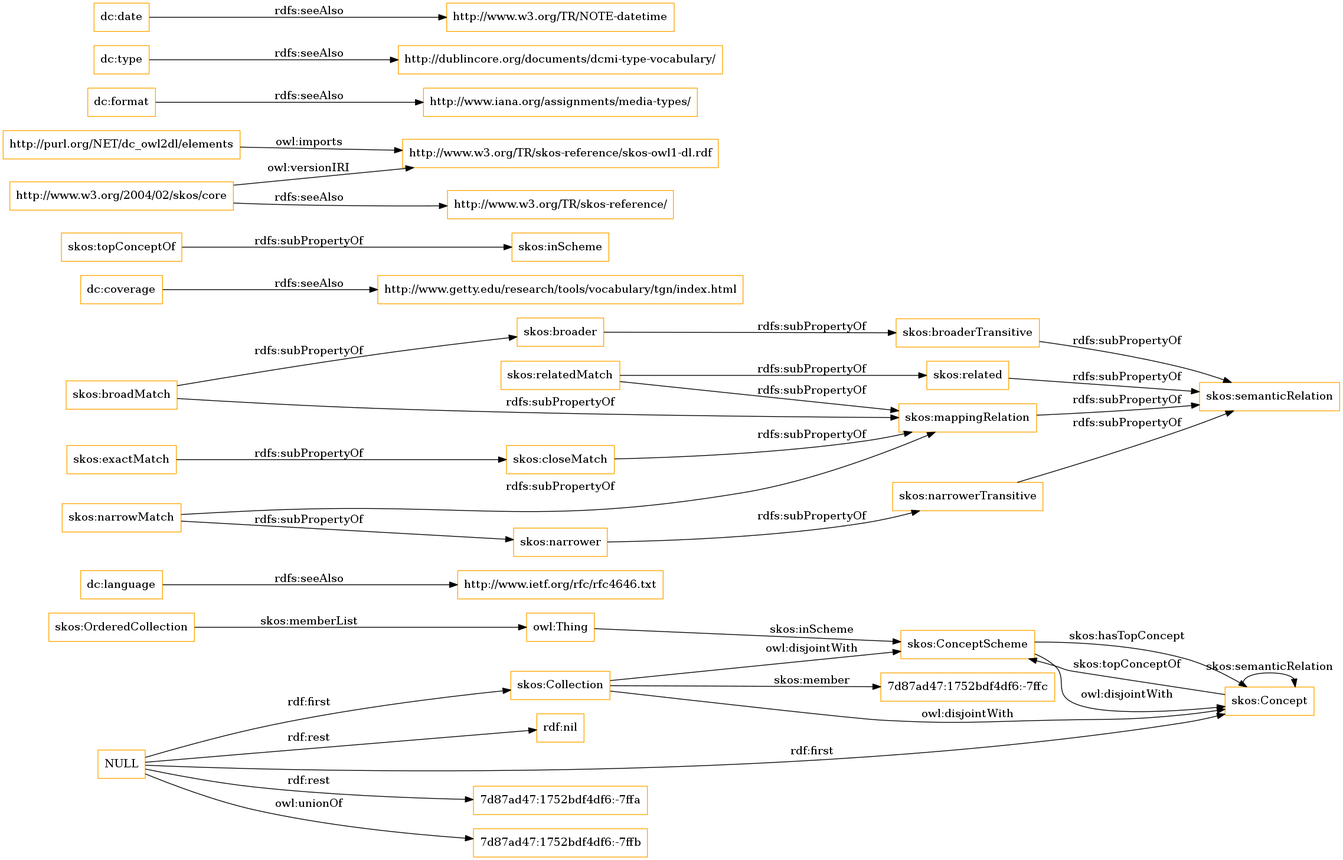
The Graphviz diagram OnToology/imports/elements.owl/diagrams/ar2dtool-class/elements.owl.png in OnToologyUser/core-ontology-1, before a commit. Its source is kept beside it as OnToology/imports/elements.owl/diagrams/ar2dtool-class/elements.owl.png.dot.
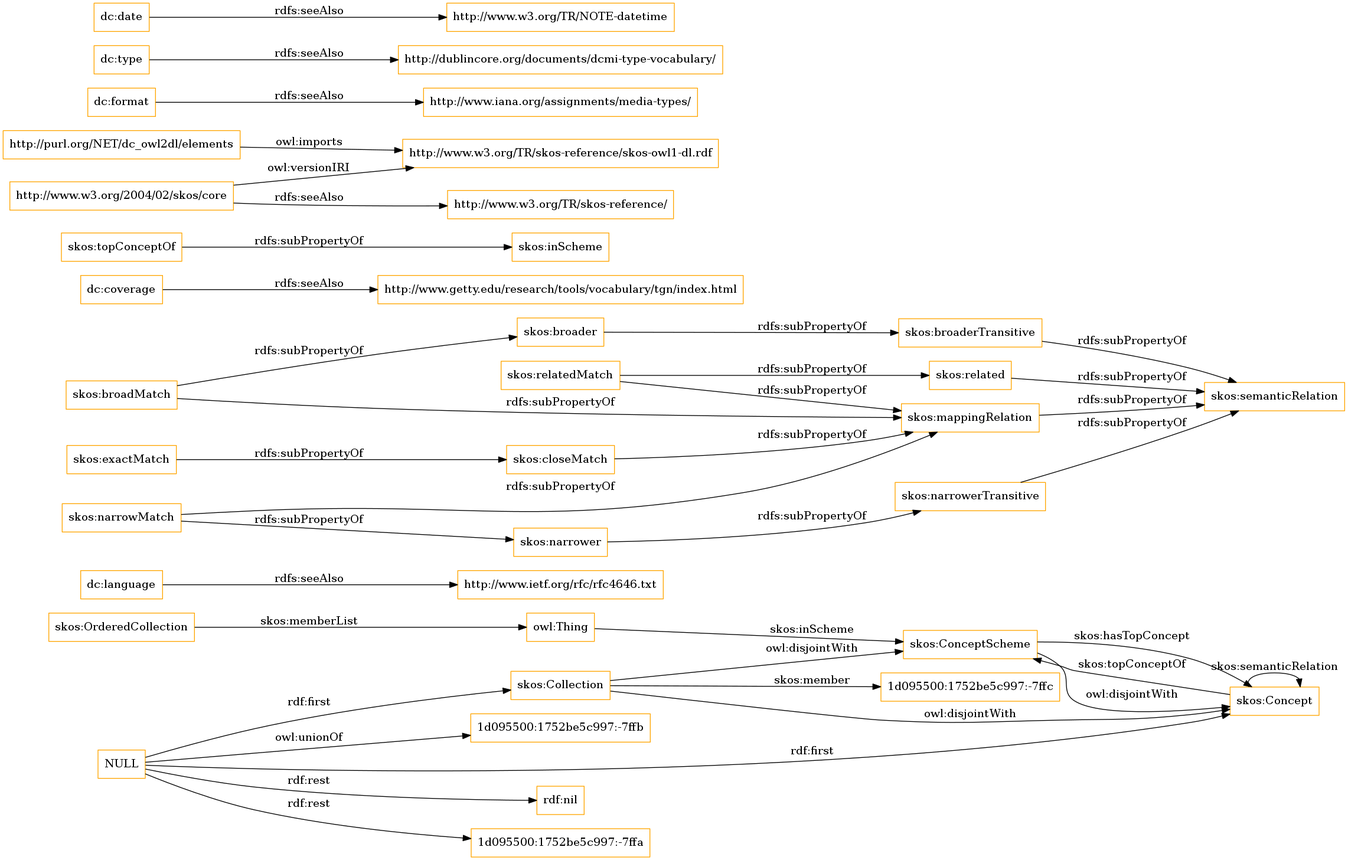
After the change.

Change to the diagram source:
```diff
@@ -1,13 +1,13 @@
 digraph ar2dtool_diagram {
 rankdir=LR;
 size="1501"
-node [shape = rectangle, color="orange"]; "7d87ad47:1752bdf4df6:-7ffc" "skos:OrderedCollection" "skos:Collection" "skos:ConceptScheme" "skos:Concept" ; /*classes style*/
+node [shape = rectangle, color="orange"]; "1d095500:1752be5c997:-7ffc" "skos:OrderedCollection" "skos:Collection" "skos:ConceptScheme" "skos:Concept" ; /*classes style*/
 	"dc:language" -> "http://www.ietf.org/rfc/rfc4646.txt" [ label = "rdfs:seeAlso" ];
-	"NULL" -> "7d87ad47:1752bdf4df6:-7ffa" [ label = "rdf:rest" ];
-	"NULL" -> "skos:Concept" [ label = "rdf:first" ];
-	"NULL" -> "7d87ad47:1752bdf4df6:-7ffb" [ label = "owl:unionOf" ];
 	"NULL" -> "rdf:nil" [ label = "rdf:rest" ];
 	"NULL" -> "skos:Collection" [ label = "rdf:first" ];
+	"NULL" -> "1d095500:1752be5c997:-7ffa" [ label = "rdf:rest" ];
+	"NULL" -> "skos:Concept" [ label = "rdf:first" ];
+	"NULL" -> "1d095500:1752be5c997:-7ffb" [ label = "owl:unionOf" ];
 	"skos:closeMatch" -> "skos:mappingRelation" [ label = "rdfs:subPropertyOf" ];
 	"dc:coverage" -> "http://www.getty.edu/research/tools/vocabulary/tgn/index.html" [ label = "rdfs:seeAlso" ];
 	"skos:relatedMatch" -> "skos:related" [ label = "rdfs:subPropertyOf" ];
@@ -36,7 +36,7 @@
 	"skos:OrderedCollection" -> "owl:Thing" [ label = "skos:memberList" ];
 	"skos:Concept" -> "skos:ConceptScheme" [ label = "skos:topConceptOf" ];
 	"skos:Concept" -> "skos:Concept" [ label = "skos:semanticRelation" ];
-	"skos:Collection" -> "7d87ad47:1752bdf4df6:-7ffc" [ label = "skos:member" ];
+	"skos:Collection" -> "1d095500:1752be5c997:-7ffc" [ label = "skos:member" ];
 	"skos:ConceptScheme" -> "skos:Concept" [ label = "skos:hasTopConcept" ];
 	"owl:Thing" -> "skos:ConceptScheme" [ label = "skos:inScheme" ];
 
```
